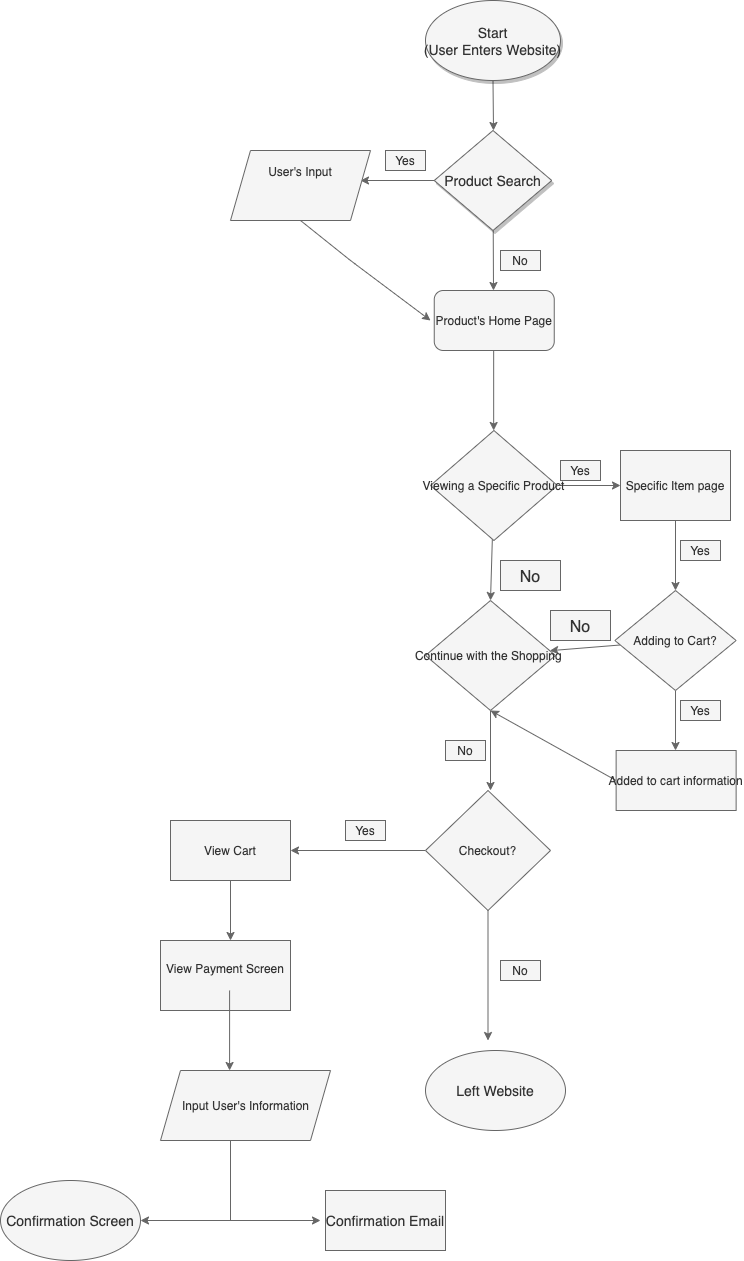
Before: explore/diagramming/diagram.drawio.png, a diagram exported from draw.io (namburiamit/sp23-cse110-lab4). Source tidied: cells renumbered, new cells last; positions are measured from the earlier drawing's top-left corner, leaving out a move shared by most shapes.
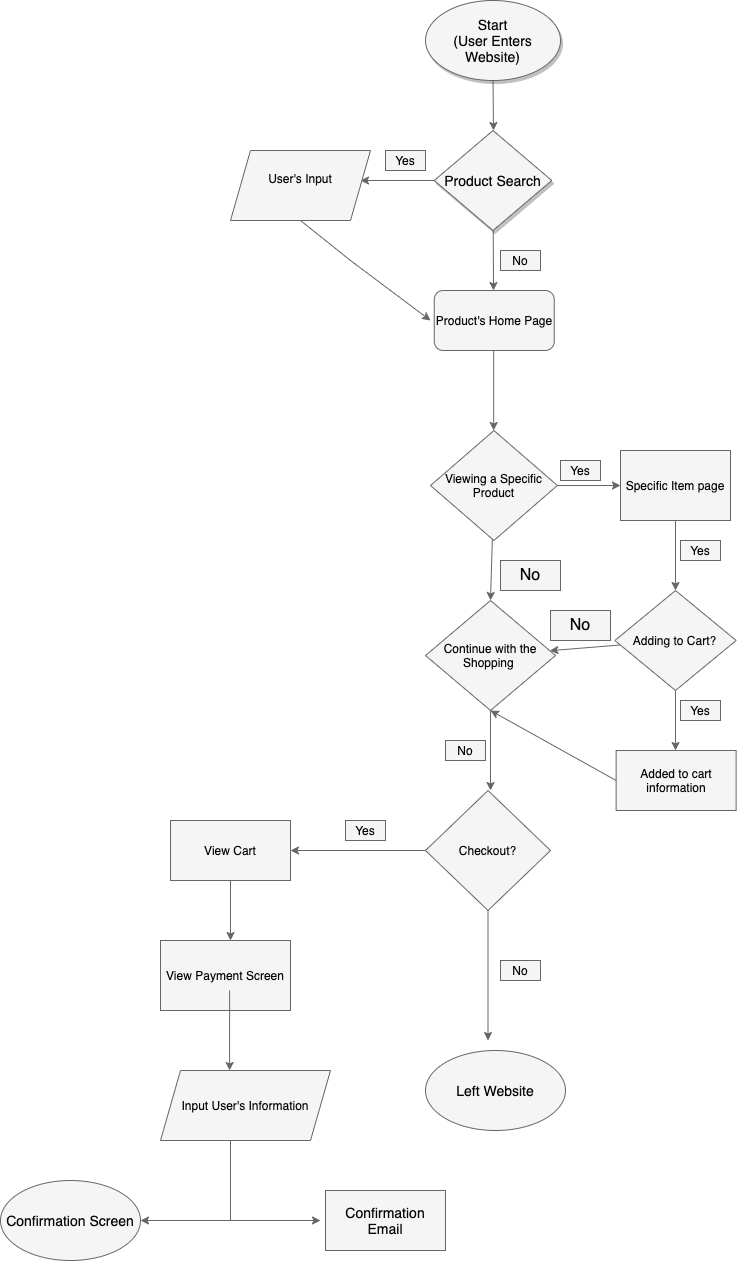
After the change.

Diff of the diagram source:
```diff
@@ -1,2 +1,2 @@
-<mxGraphModel background="#FFFFFF">
+<mxGraphModel background="#ffffff">
   <root>
@@ -4,3 +4,3 @@
     <mxCell id="1" parent="0" />
-    <mxCell id="2" style="edgeStyle=none;fontSize=14;fillColor=#f5f5f5;strokeColor=#666666;fontColor=#000000;labelBorderColor=none;" parent="1" edge="1" source="3">
+    <mxCell id="2" style="edgeStyle=none;fontSize=14;fillColor=#f5f5f5;strokeColor=#666666;fontColor=#050505;labelBorderColor=none;labelBackgroundColor=none;html=1;" parent="1" edge="1" source="3">
       <mxGeometry relative="1" as="geometry">
@@ -9,6 +9,6 @@
     </mxCell>
-    <mxCell id="3" value="Start&#10;(User Enters Website)" style="ellipse;shadow=1;fontSize=14;fillColor=#f5f5f5;strokeColor=#666666;fontColor=#333333;labelBorderColor=none;" parent="1" vertex="1">
+    <mxCell id="3" value="Start&lt;br&gt;(User Enters Website)" style="ellipse;shadow=1;fontSize=14;fillColor=#f5f5f5;strokeColor=#666666;fontColor=#050505;labelBorderColor=none;labelBackgroundColor=none;whiteSpace=wrap;html=1;" parent="1" vertex="1">
       <mxGeometry x="425" width="135" height="80" as="geometry" />
     </mxCell>
-    <mxCell id="4" style="edgeStyle=none;fillColor=#f5f5f5;strokeColor=#666666;fontColor=#000000;labelBorderColor=none;" parent="1" edge="1" source="6">
+    <mxCell id="4" style="edgeStyle=none;fillColor=#f5f5f5;strokeColor=#666666;fontColor=#050505;labelBorderColor=none;labelBackgroundColor=none;html=1;" parent="1" edge="1" source="6">
       <mxGeometry relative="1" as="geometry">
@@ -17,3 +17,3 @@
     </mxCell>
-    <mxCell id="5" style="edgeStyle=none;fontColor=#000000;fillColor=#f5f5f5;strokeColor=#666666;labelBorderColor=none;" parent="1" edge="1" source="6">
+    <mxCell id="5" style="edgeStyle=none;fontColor=#050505;fillColor=#f5f5f5;strokeColor=#666666;labelBorderColor=none;labelBackgroundColor=none;html=1;" parent="1" edge="1" source="6">
       <mxGeometry relative="1" as="geometry">
@@ -22,18 +22,18 @@
     </mxCell>
-    <mxCell id="6" value="Product Search" style="rhombus;shadow=1;fontSize=14;fillColor=#f5f5f5;strokeColor=#666666;fontColor=#333333;labelBorderColor=none;" parent="1" vertex="1">
+    <mxCell id="6" value="Product Search" style="rhombus;shadow=1;fontSize=14;fillColor=#f5f5f5;strokeColor=#666666;fontColor=#050505;labelBorderColor=none;labelBackgroundColor=none;whiteSpace=wrap;html=1;" parent="1" vertex="1">
       <mxGeometry x="433.8" y="130" width="117.5" height="100" as="geometry" />
     </mxCell>
-    <mxCell id="7" value="Yes" style="text;align=center;verticalAlign=middle;rounded=0;fillColor=#f5f5f5;strokeColor=#666666;fontColor=#333333;labelBorderColor=none;" parent="1" vertex="1">
+    <mxCell id="7" value="Yes" style="text;align=center;verticalAlign=middle;rounded=0;fillColor=#f5f5f5;strokeColor=#666666;fontColor=#050505;labelBorderColor=none;labelBackgroundColor=none;whiteSpace=wrap;html=1;" parent="1" vertex="1">
       <mxGeometry x="385" y="150" width="40" height="20" as="geometry" />
     </mxCell>
-    <mxCell id="8" value="User's Input&#10;&#10;" style="shape=parallelogram;perimeter=parallelogramPerimeter;fixedSize=1;fillColor=#f5f5f5;strokeColor=#666666;fontColor=#333333;labelBorderColor=none;" parent="1" vertex="1">
+    <mxCell id="8" value="User's Input&lt;br&gt;&lt;br&gt;" style="shape=parallelogram;perimeter=parallelogramPerimeter;fixedSize=1;fillColor=#f5f5f5;strokeColor=#666666;fontColor=#050505;labelBorderColor=none;labelBackgroundColor=none;whiteSpace=wrap;html=1;" parent="1" vertex="1">
       <mxGeometry x="230" y="150" width="140" height="70" as="geometry" />
     </mxCell>
-    <mxCell id="9" value="Product's Home Page" style="rounded=1;fillColor=#f5f5f5;strokeColor=#666666;fontColor=#333333;labelBorderColor=none;" parent="1" vertex="1">
+    <mxCell id="9" value="Product's Home Page" style="rounded=1;fillColor=#f5f5f5;strokeColor=#666666;fontColor=#050505;labelBorderColor=none;labelBackgroundColor=none;whiteSpace=wrap;html=1;" parent="1" vertex="1">
       <mxGeometry x="433.8" y="290" width="120" height="60" as="geometry" />
     </mxCell>
-    <mxCell id="10" value="No" style="text;align=center;verticalAlign=middle;rounded=0;fillColor=#f5f5f5;strokeColor=#666666;fontColor=#333333;labelBorderColor=none;" parent="1" vertex="1">
+    <mxCell id="10" value="No" style="text;align=center;verticalAlign=middle;rounded=0;fillColor=#f5f5f5;strokeColor=#666666;fontColor=#050505;labelBorderColor=none;labelBackgroundColor=none;whiteSpace=wrap;html=1;" parent="1" vertex="1">
       <mxGeometry x="500" y="250" width="40" height="20" as="geometry" />
     </mxCell>
-    <mxCell id="11" style="edgeStyle=none;exitX=0.5;exitY=1;exitDx=0;exitDy=0;fillColor=#f5f5f5;strokeColor=#666666;fontColor=#000000;labelBorderColor=none;" parent="1" edge="1" source="8">
+    <mxCell id="11" style="edgeStyle=none;exitX=0.5;exitY=1;exitDx=0;exitDy=0;fillColor=#f5f5f5;strokeColor=#666666;fontColor=#050505;labelBorderColor=none;labelBackgroundColor=none;html=1;" parent="1" edge="1" source="8">
       <mxGeometry relative="1" as="geometry">
@@ -45,3 +45,3 @@
     </mxCell>
-    <mxCell id="12" style="edgeStyle=none;fontColor=#000000;fillColor=#f5f5f5;strokeColor=#666666;labelBorderColor=none;" parent="1" edge="1">
+    <mxCell id="12" style="edgeStyle=none;fontColor=#050505;fillColor=#f5f5f5;strokeColor=#666666;labelBorderColor=none;labelBackgroundColor=none;html=1;" parent="1" edge="1">
       <mxGeometry relative="1" as="geometry">
@@ -51,12 +51,12 @@
     </mxCell>
-    <mxCell id="13" style="edgeStyle=none;entryX=0;entryY=0.5;entryDx=0;entryDy=0;fontColor=#000000;fillColor=#f5f5f5;strokeColor=#666666;labelBorderColor=none;" parent="1" edge="1" source="15" target="17">
+    <mxCell id="13" style="edgeStyle=none;entryX=0;entryY=0.5;entryDx=0;entryDy=0;fontColor=#050505;fillColor=#f5f5f5;strokeColor=#666666;labelBorderColor=none;labelBackgroundColor=none;html=1;" parent="1" edge="1" source="15" target="17">
       <mxGeometry relative="1" as="geometry" />
     </mxCell>
-    <mxCell id="14" style="edgeStyle=none;entryX=0.5;entryY=0;entryDx=0;entryDy=0;fontColor=#000000;fillColor=#f5f5f5;strokeColor=#666666;labelBorderColor=none;" parent="1" edge="1" source="15" target="27">
+    <mxCell id="14" style="edgeStyle=none;entryX=0.5;entryY=0;entryDx=0;entryDy=0;fontColor=#050505;fillColor=#f5f5f5;strokeColor=#666666;labelBorderColor=none;labelBackgroundColor=none;html=1;" parent="1" edge="1" source="15" target="27">
       <mxGeometry relative="1" as="geometry" />
     </mxCell>
-    <mxCell id="15" value="Viewing a Specific Product" style="rhombus;fillColor=#f5f5f5;strokeColor=#666666;fontColor=#333333;labelBorderColor=none;" parent="1" vertex="1">
+    <mxCell id="15" value="Viewing a Specific Product" style="rhombus;fillColor=#f5f5f5;strokeColor=#666666;fontColor=#050505;labelBorderColor=none;labelBackgroundColor=none;whiteSpace=wrap;html=1;" parent="1" vertex="1">
       <mxGeometry x="430" y="430" width="126.9" height="110" as="geometry" />
     </mxCell>
-    <mxCell id="16" style="edgeStyle=none;fontColor=#000000;fillColor=#f5f5f5;strokeColor=#666666;labelBorderColor=none;" parent="1" edge="1" source="17">
+    <mxCell id="16" style="edgeStyle=none;fontColor=#050505;fillColor=#f5f5f5;strokeColor=#666666;labelBorderColor=none;labelBackgroundColor=none;html=1;" parent="1" edge="1" source="17">
       <mxGeometry relative="1" as="geometry">
@@ -65,12 +65,12 @@
     </mxCell>
-    <mxCell id="17" value="Specific Item page" style="fillColor=#f5f5f5;strokeColor=#666666;fontColor=#333333;labelBorderColor=none;" parent="1" vertex="1">
+    <mxCell id="17" value="Specific Item page" style="fillColor=#f5f5f5;strokeColor=#666666;fontColor=#050505;labelBorderColor=none;labelBackgroundColor=none;whiteSpace=wrap;html=1;" parent="1" vertex="1">
       <mxGeometry x="620" y="450" width="110" height="70" as="geometry" />
     </mxCell>
-    <mxCell id="18" value="Yes" style="text;align=center;verticalAlign=middle;rounded=0;fillColor=#f5f5f5;strokeColor=#666666;fontColor=#333333;labelBorderColor=none;" parent="1" vertex="1">
+    <mxCell id="18" value="Yes" style="text;align=center;verticalAlign=middle;rounded=0;fillColor=#f5f5f5;strokeColor=#666666;fontColor=#050505;labelBorderColor=none;labelBackgroundColor=none;whiteSpace=wrap;html=1;" parent="1" vertex="1">
       <mxGeometry x="560" y="460" width="40" height="20" as="geometry" />
     </mxCell>
-    <mxCell id="19" value="Yes" style="text;align=center;verticalAlign=middle;rounded=0;fillColor=#f5f5f5;strokeColor=#666666;fontColor=#333333;labelBorderColor=none;" parent="1" vertex="1">
+    <mxCell id="19" value="Yes" style="text;align=center;verticalAlign=middle;rounded=0;fillColor=#f5f5f5;strokeColor=#666666;fontColor=#050505;labelBorderColor=none;labelBackgroundColor=none;whiteSpace=wrap;html=1;" parent="1" vertex="1">
       <mxGeometry x="680" y="540" width="40" height="20" as="geometry" />
     </mxCell>
-    <mxCell id="20" style="edgeStyle=none;fontColor=#000000;fillColor=#f5f5f5;strokeColor=#666666;labelBorderColor=none;" parent="1" edge="1" source="22">
+    <mxCell id="20" style="edgeStyle=none;fontColor=#050505;fillColor=#f5f5f5;strokeColor=#666666;labelBorderColor=none;labelBackgroundColor=none;html=1;" parent="1" edge="1" source="22">
       <mxGeometry relative="1" as="geometry">
@@ -79,18 +79,18 @@
     </mxCell>
-    <mxCell id="21" style="edgeStyle=none;fontColor=#000000;fillColor=#f5f5f5;strokeColor=#666666;labelBorderColor=none;" parent="1" edge="1" source="22" target="27">
+    <mxCell id="21" style="edgeStyle=none;fontColor=#050505;fillColor=#f5f5f5;strokeColor=#666666;labelBorderColor=none;labelBackgroundColor=none;html=1;" parent="1" edge="1" source="22" target="27">
       <mxGeometry relative="1" as="geometry" />
     </mxCell>
-    <mxCell id="22" value="Adding to Cart?" style="rhombus;fillColor=#f5f5f5;strokeColor=#666666;fontColor=#333333;labelBorderColor=none;" parent="1" vertex="1">
+    <mxCell id="22" value="Adding to Cart?" style="rhombus;fillColor=#f5f5f5;strokeColor=#666666;fontColor=#050505;labelBorderColor=none;labelBackgroundColor=none;whiteSpace=wrap;html=1;" parent="1" vertex="1">
       <mxGeometry x="614.4" y="590" width="121.2" height="100" as="geometry" />
     </mxCell>
-    <mxCell id="23" value="Yes" style="text;align=center;verticalAlign=middle;rounded=0;fillColor=#f5f5f5;strokeColor=#666666;fontColor=#333333;labelBorderColor=none;" parent="1" vertex="1">
+    <mxCell id="23" value="Yes" style="text;align=center;verticalAlign=middle;rounded=0;fillColor=#f5f5f5;strokeColor=#666666;fontColor=#050505;labelBorderColor=none;labelBackgroundColor=none;whiteSpace=wrap;html=1;" parent="1" vertex="1">
       <mxGeometry x="680" y="700" width="40" height="20" as="geometry" />
     </mxCell>
-    <mxCell id="24" style="edgeStyle=none;exitX=0;exitY=0.5;exitDx=0;exitDy=0;entryX=0.5;entryY=1;entryDx=0;entryDy=0;fontColor=#000000;fillColor=#f5f5f5;strokeColor=#666666;labelBorderColor=none;" parent="1" edge="1" source="25" target="27">
+    <mxCell id="24" style="edgeStyle=none;exitX=0;exitY=0.5;exitDx=0;exitDy=0;entryX=0.5;entryY=1;entryDx=0;entryDy=0;fontColor=#050505;fillColor=#f5f5f5;strokeColor=#666666;labelBorderColor=none;labelBackgroundColor=none;html=1;" parent="1" edge="1" source="25" target="27">
       <mxGeometry relative="1" as="geometry" />
     </mxCell>
-    <mxCell id="25" value="Added to cart information" style="fillColor=#f5f5f5;strokeColor=#666666;fontColor=#333333;labelBorderColor=none;" parent="1" vertex="1">
+    <mxCell id="25" value="Added to cart information" style="fillColor=#f5f5f5;strokeColor=#666666;fontColor=#050505;labelBorderColor=none;labelBackgroundColor=none;whiteSpace=wrap;html=1;" parent="1" vertex="1">
       <mxGeometry x="615.6" y="750" width="120" height="60" as="geometry" />
     </mxCell>
-    <mxCell id="26" style="edgeStyle=none;fontColor=#000000;fillColor=#f5f5f5;strokeColor=#666666;labelBorderColor=none;" parent="1" edge="1">
+    <mxCell id="26" style="edgeStyle=none;fontColor=#050505;fillColor=#f5f5f5;strokeColor=#666666;labelBorderColor=none;labelBackgroundColor=none;html=1;" parent="1" edge="1">
       <mxGeometry relative="1" as="geometry">
@@ -100,9 +100,9 @@
     </mxCell>
-    <mxCell id="27" value="Continue with the Shopping " style="rhombus;fillColor=#f5f5f5;strokeColor=#666666;fontColor=#333333;labelBorderColor=none;" parent="1" vertex="1">
+    <mxCell id="27" value="Continue with the Shopping&amp;nbsp;" style="rhombus;fillColor=#f5f5f5;strokeColor=#666666;fontColor=#050505;labelBorderColor=none;labelBackgroundColor=none;whiteSpace=wrap;html=1;" parent="1" vertex="1">
       <mxGeometry x="425" y="600" width="130" height="110" as="geometry" />
     </mxCell>
-    <mxCell id="28" value="No" style="text;align=center;verticalAlign=middle;rounded=0;fillColor=#f5f5f5;strokeColor=#666666;fontColor=#333333;labelBorderColor=none;" parent="1" vertex="1">
+    <mxCell id="28" value="No" style="text;align=center;verticalAlign=middle;rounded=0;fillColor=#f5f5f5;strokeColor=#666666;fontColor=#050505;labelBorderColor=none;labelBackgroundColor=none;whiteSpace=wrap;html=1;" parent="1" vertex="1">
       <mxGeometry x="445" y="740" width="40" height="20" as="geometry" />
     </mxCell>
-    <mxCell id="29" style="edgeStyle=none;fontColor=#000000;fillColor=#f5f5f5;strokeColor=#666666;labelBorderColor=none;" parent="1" edge="1" source="31">
+    <mxCell id="29" style="edgeStyle=none;fontColor=#050505;fillColor=#f5f5f5;strokeColor=#666666;labelBorderColor=none;labelBackgroundColor=none;html=1;" parent="1" edge="1" source="31">
       <mxGeometry relative="1" as="geometry">
@@ -111,3 +111,3 @@
     </mxCell>
-    <mxCell id="30" style="edgeStyle=none;fontSize=16;fontColor=#000000;fillColor=#f5f5f5;strokeColor=#666666;labelBorderColor=none;" parent="1" edge="1" source="31">
+    <mxCell id="30" style="edgeStyle=none;fontSize=16;fontColor=#050505;fillColor=#f5f5f5;strokeColor=#666666;labelBorderColor=none;labelBackgroundColor=none;html=1;" parent="1" edge="1" source="31">
       <mxGeometry relative="1" as="geometry">
@@ -116,9 +116,9 @@
     </mxCell>
-    <mxCell id="31" value="Checkout?" style="rhombus;fillColor=#f5f5f5;strokeColor=#666666;fontColor=#333333;labelBorderColor=none;" parent="1" vertex="1">
+    <mxCell id="31" value="Checkout?" style="rhombus;fillColor=#f5f5f5;strokeColor=#666666;fontColor=#050505;labelBorderColor=none;labelBackgroundColor=none;whiteSpace=wrap;html=1;" parent="1" vertex="1">
       <mxGeometry x="425" y="790" width="125" height="120" as="geometry" />
     </mxCell>
-    <mxCell id="32" value="Yes" style="text;align=center;verticalAlign=middle;rounded=0;fillColor=#f5f5f5;strokeColor=#666666;fontColor=#333333;labelBorderColor=none;" parent="1" vertex="1">
+    <mxCell id="32" value="Yes" style="text;align=center;verticalAlign=middle;rounded=0;fillColor=#f5f5f5;strokeColor=#666666;fontColor=#050505;labelBorderColor=none;labelBackgroundColor=none;whiteSpace=wrap;html=1;" parent="1" vertex="1">
       <mxGeometry x="345" y="820" width="40" height="20" as="geometry" />
     </mxCell>
-    <mxCell id="33" style="edgeStyle=none;fontColor=#000000;fillColor=#f5f5f5;strokeColor=#666666;labelBorderColor=none;" parent="1" edge="1" source="34">
+    <mxCell id="33" style="edgeStyle=none;fontColor=#050505;fillColor=#f5f5f5;strokeColor=#666666;labelBorderColor=none;labelBackgroundColor=none;html=1;" parent="1" edge="1" source="34">
       <mxGeometry relative="1" as="geometry">
@@ -127,9 +127,9 @@
     </mxCell>
-    <mxCell id="34" value="View Cart" style="fillColor=#f5f5f5;strokeColor=#666666;fontColor=#333333;labelBorderColor=none;" parent="1" vertex="1">
+    <mxCell id="34" value="View Cart" style="fillColor=#f5f5f5;strokeColor=#666666;fontColor=#050505;labelBorderColor=none;labelBackgroundColor=none;whiteSpace=wrap;html=1;" parent="1" vertex="1">
       <mxGeometry x="170" y="820" width="120" height="60" as="geometry" />
     </mxCell>
-    <mxCell id="35" value="View Payment Screen&#10;" style="fillColor=#f5f5f5;strokeColor=#666666;fontColor=#333333;labelBorderColor=none;" parent="1" vertex="1">
+    <mxCell id="35" value="View Payment Screen&lt;br&gt;" style="fillColor=#f5f5f5;strokeColor=#666666;fontColor=#050505;labelBorderColor=none;labelBackgroundColor=none;whiteSpace=wrap;html=1;" parent="1" vertex="1">
       <mxGeometry x="160" y="940" width="130" height="70" as="geometry" />
     </mxCell>
-    <mxCell id="36" style="endArrow=none;fontSize=14;fontColor=#000000;exitX=0.5;exitY=1;exitDx=0;exitDy=0;fillColor=#f5f5f5;strokeColor=#666666;labelBorderColor=none;" parent="1" edge="1">
+    <mxCell id="36" style="endArrow=none;fontSize=14;fontColor=#050505;exitX=0.5;exitY=1;exitDx=0;exitDy=0;fillColor=#f5f5f5;strokeColor=#666666;labelBorderColor=none;labelBackgroundColor=none;html=1;" parent="1" edge="1">
       <mxGeometry relative="1" as="geometry">
@@ -139,3 +139,3 @@
     </mxCell>
-    <mxCell id="37" style="edgeStyle=none;fontColor=#000000;fillColor=#f5f5f5;strokeColor=#666666;labelBorderColor=none;" parent="1" edge="1">
+    <mxCell id="37" style="edgeStyle=none;fontColor=#050505;fillColor=#f5f5f5;strokeColor=#666666;labelBorderColor=none;labelBackgroundColor=none;html=1;" parent="1" edge="1">
       <mxGeometry relative="1" as="geometry">
@@ -145,3 +145,3 @@
     </mxCell>
-    <mxCell id="38" style="edgeStyle=none;fontColor=#000000;fillColor=#f5f5f5;strokeColor=#666666;labelBorderColor=none;" parent="1" edge="1">
+    <mxCell id="38" style="edgeStyle=none;fontColor=#050505;fillColor=#f5f5f5;strokeColor=#666666;labelBorderColor=none;labelBackgroundColor=none;html=1;" parent="1" edge="1">
       <mxGeometry relative="1" as="geometry">
@@ -151,3 +151,3 @@
     </mxCell>
-    <mxCell id="39" style="edgeStyle=none;fontColor=#000000;fillColor=#f5f5f5;strokeColor=#666666;labelBorderColor=none;" parent="1" edge="1">
+    <mxCell id="39" style="edgeStyle=none;fontColor=#050505;fillColor=#f5f5f5;strokeColor=#666666;labelBorderColor=none;labelBackgroundColor=none;html=1;" parent="1" edge="1">
       <mxGeometry relative="1" as="geometry">
@@ -157,21 +157,21 @@
     </mxCell>
-    <mxCell id="40" value="Confirmation Email" style="fontSize=14;fillColor=#f5f5f5;strokeColor=#666666;fontColor=#333333;labelBorderColor=none;" parent="1" vertex="1">
+    <mxCell id="40" value="Confirmation Email" style="fontSize=14;fillColor=#f5f5f5;strokeColor=#666666;fontColor=#050505;labelBorderColor=none;labelBackgroundColor=none;whiteSpace=wrap;html=1;" parent="1" vertex="1">
       <mxGeometry x="325" y="1190" width="120" height="60" as="geometry" />
     </mxCell>
-    <mxCell id="41" value="Confirmation Screen" style="ellipse;fontSize=14;fillColor=#f5f5f5;strokeColor=#666666;fontColor=#333333;labelBorderColor=none;" parent="1" vertex="1">
+    <mxCell id="41" value="Confirmation Screen" style="ellipse;fontSize=14;fillColor=#f5f5f5;strokeColor=#666666;fontColor=#050505;labelBorderColor=none;labelBackgroundColor=none;whiteSpace=wrap;html=1;" parent="1" vertex="1">
       <mxGeometry y="1180" width="140" height="80" as="geometry" />
     </mxCell>
-    <mxCell id="42" value="No" style="text;align=center;verticalAlign=middle;rounded=0;fillColor=#f5f5f5;strokeColor=#666666;fontColor=#333333;labelBorderColor=none;" parent="1" vertex="1">
+    <mxCell id="42" value="No" style="text;align=center;verticalAlign=middle;rounded=0;fillColor=#f5f5f5;strokeColor=#666666;fontColor=#050505;labelBorderColor=none;labelBackgroundColor=none;whiteSpace=wrap;html=1;" parent="1" vertex="1">
       <mxGeometry x="500" y="960" width="40" height="20" as="geometry" />
     </mxCell>
-    <mxCell id="43" value="Left Website" style="ellipse;fontSize=14;fillColor=#f5f5f5;strokeColor=#666666;fontColor=#333333;labelBorderColor=none;" parent="1" vertex="1">
+    <mxCell id="43" value="Left Website" style="ellipse;fontSize=14;fillColor=#f5f5f5;strokeColor=#666666;fontColor=#050505;labelBorderColor=none;labelBackgroundColor=none;whiteSpace=wrap;html=1;" parent="1" vertex="1">
       <mxGeometry x="425" y="1050" width="140" height="80" as="geometry" />
     </mxCell>
-    <mxCell id="44" value="No" style="text;align=center;verticalAlign=middle;rounded=0;fontSize=16;fillColor=#f5f5f5;strokeColor=#666666;fontColor=#333333;labelBorderColor=none;" parent="1" vertex="1">
+    <mxCell id="44" value="No" style="text;align=center;verticalAlign=middle;rounded=0;fontSize=16;fillColor=#f5f5f5;strokeColor=#666666;fontColor=#050505;labelBorderColor=none;labelBackgroundColor=none;whiteSpace=wrap;html=1;" parent="1" vertex="1">
       <mxGeometry x="500" y="560" width="60" height="30" as="geometry" />
     </mxCell>
-    <mxCell id="45" value="No" style="text;align=center;verticalAlign=middle;rounded=0;fontSize=16;fillColor=#f5f5f5;strokeColor=#666666;fontColor=#333333;labelBorderColor=none;" parent="1" vertex="1">
+    <mxCell id="45" value="No" style="text;align=center;verticalAlign=middle;rounded=0;fontSize=16;fillColor=#f5f5f5;strokeColor=#666666;fontColor=#050505;labelBorderColor=none;labelBackgroundColor=none;whiteSpace=wrap;html=1;" parent="1" vertex="1">
       <mxGeometry x="550" y="610" width="60" height="30" as="geometry" />
     </mxCell>
-    <mxCell id="46" value="Input User's Information" style="shape=parallelogram;perimeter=parallelogramPerimeter;html=1;fixedSize=1;fillColor=#f5f5f5;strokeColor=#666666;fontColor=#333333;labelBorderColor=none;" parent="1" vertex="1">
+    <mxCell id="46" value="Input User's Information" style="shape=parallelogram;perimeter=parallelogramPerimeter;fixedSize=1;fillColor=#f5f5f5;strokeColor=#666666;fontColor=#050505;labelBorderColor=none;labelBackgroundColor=none;whiteSpace=wrap;html=1;" parent="1" vertex="1">
       <mxGeometry x="160" y="1070" width="170" height="70" as="geometry" />
```
